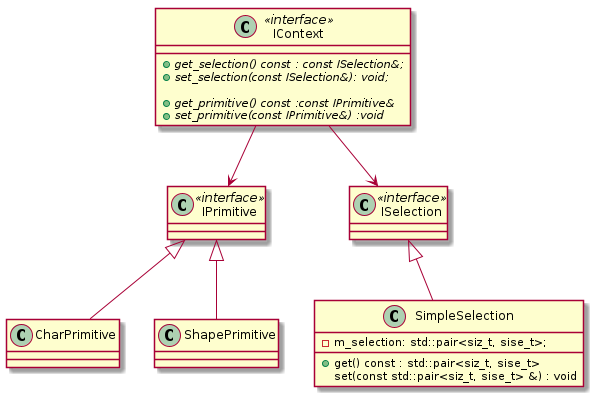
This is Editor/Diagrams/context.png from CheskisVladimir/otus-2025, a PlantUML export, as it was before one commit.
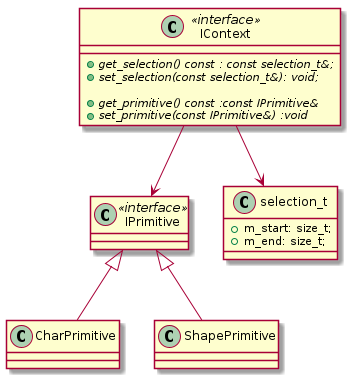
After the commit.

Change to the diagram source:
```diff
@@ -1,8 +1,8 @@
 @startuml
 
 class IContext<<interface>>{
-  + {abstract} get_selection() const : const ISelection&;
-  + {abstract} set_selection(const ISelection&): void;
+  + {abstract} get_selection() const : const selection_t&;
+  + {abstract} set_selection(const selection_t&): void;
 
   + {abstract} get_primitive() const :const IPrimitive&
   + {abstract} set_primitive(const IPrimitive&) :void
@@ -17,20 +17,17 @@
 class ShapePrimitive{
 }
 
-class ISelection<<interface>>{}
-class SimpleSelection{
-  -m_selection: std::pair<siz_t, sise_t>;
-  +get() const : std::pair<siz_t, sise_t>
-  set(const std::pair<siz_t, sise_t> &) : void
 
+class selection_t{
+  +m_start: size_t;
+  +m_end: size_t;
 }
 
 IContext --> IPrimitive
-IContext --> ISelection
+IContext --> selection_t
 
 IPrimitive <|-- CharPrimitive
 IPrimitive <|-- ShapePrimitive
 
-ISelection <|-- SimpleSelection
 
 @enduml
```
